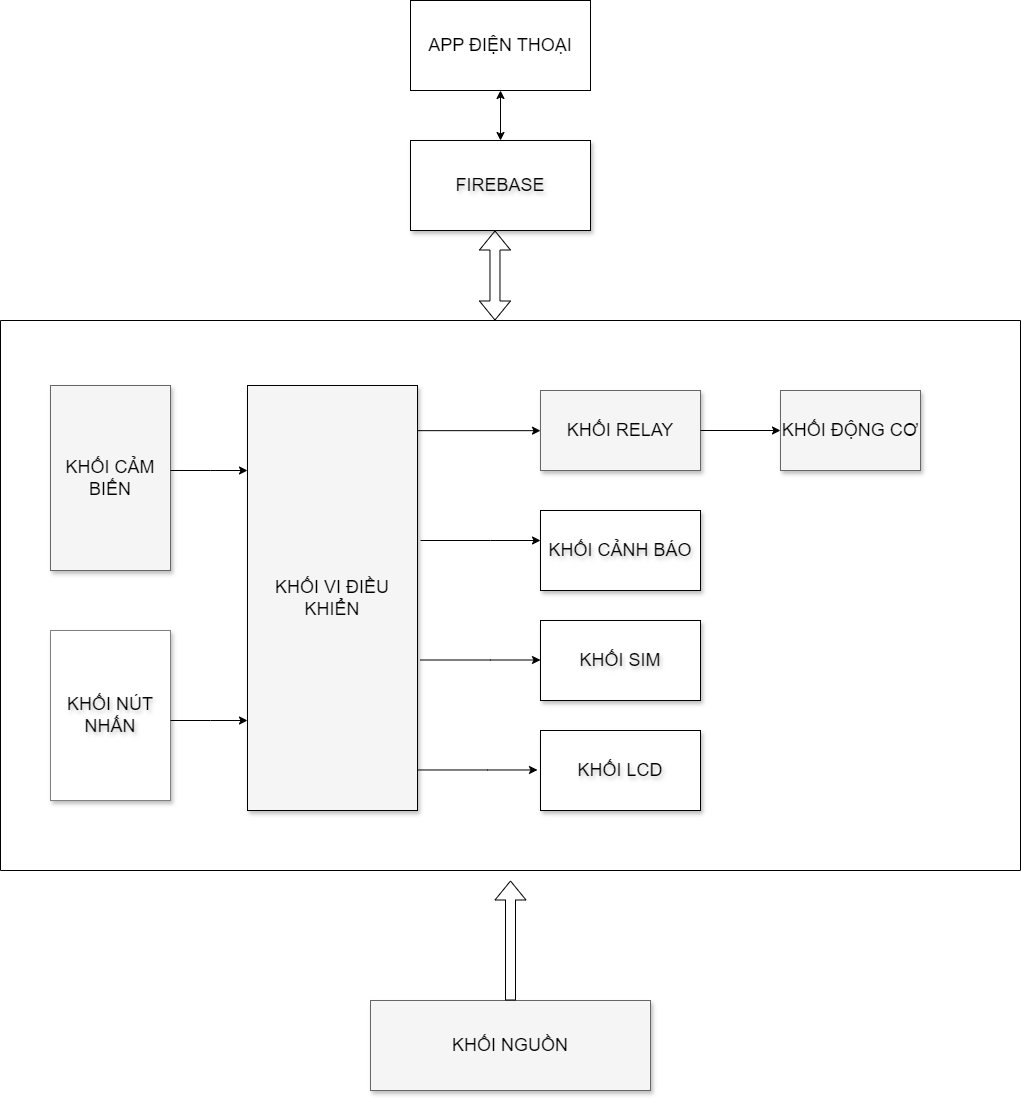
Before: block_diagram/Block_Diagram.drawio.png, a diagram exported from draw.io (imvietp/Final_Thesis). Source tidied: cells renumbered, new cells last; positions are measured from the earlier drawing's top-left corner, leaving out a move shared by most shapes.
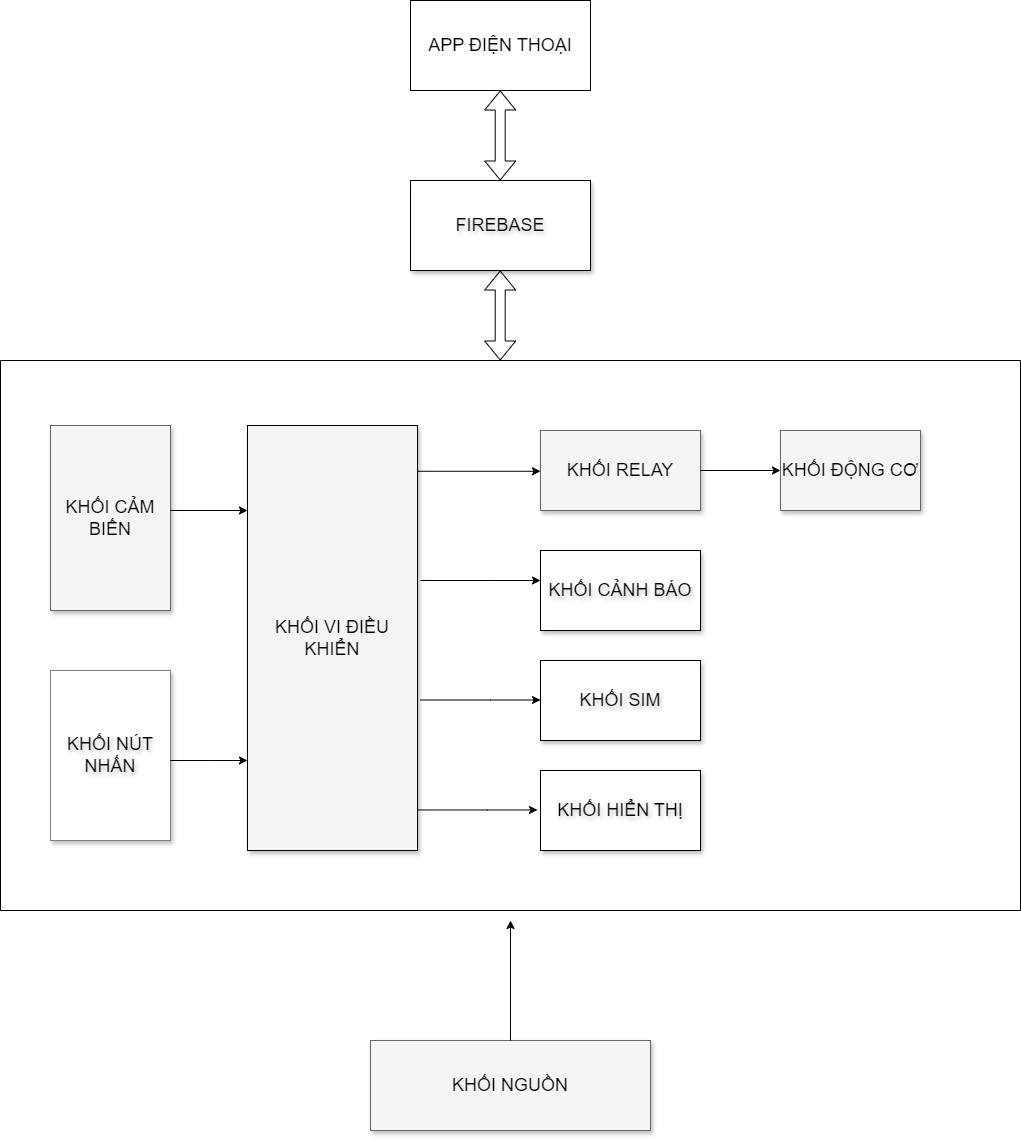
Above is the later version.

The edit, as a diff of the source:
```diff
@@ -8,11 +8,8 @@
     <mxCell id="3" value="&lt;font style=&quot;font-size: 18px;&quot;&gt;FIREBASE&lt;/font&gt;" style="rounded=0;whiteSpace=wrap;html=1;shadow=1;textShadow=1;" parent="1" vertex="1">
       <mxGeometry x="410" y="140" width="180" height="90" as="geometry" />
     </mxCell>
-    <mxCell id="4" style="endArrow=classic;startArrow=classic;html=1;rounded=0;" parent="1" edge="1" source="3" target="5">
-      <mxGeometry relative="1" as="geometry" />
-    </mxCell>
     <mxCell id="5" value="&lt;font style=&quot;font-size: 18px;&quot;&gt;APP ĐIỆN THOẠI&lt;/font&gt;" style="rounded=0;whiteSpace=wrap;html=1;" parent="1" vertex="1">
-      <mxGeometry x="410" width="180" height="90" as="geometry" />
+      <mxGeometry x="410" y="-40" width="180" height="90" as="geometry" />
     </mxCell>
     <mxCell id="6" style="swimlane;startSize=0;" parent="1" vertex="1">
       <mxGeometry y="320" width="1020" height="550" as="geometry" />
@@ -53,7 +50,7 @@
     <mxCell id="16" style="edgeStyle=orthogonalEdgeStyle;rounded=0;orthogonalLoop=1;jettySize=auto;html=1;exitX=0.5;exitY=1;exitDx=0;exitDy=0;" parent="6" edge="1" source="14" target="14">
       <mxGeometry relative="1" as="geometry" />
     </mxCell>
-    <mxCell id="17" value="&lt;span style=&quot;font-size: 18px;&quot;&gt;KHỐI LCD&lt;/span&gt;" style="rounded=0;whiteSpace=wrap;html=1;shadow=1;textShadow=1;" parent="6" vertex="1">
+    <mxCell id="17" value="&lt;span style=&quot;font-size: 18px;&quot;&gt;KHỐI HIỂN THỊ&lt;/span&gt;" style="rounded=0;whiteSpace=wrap;html=1;shadow=1;textShadow=1;" parent="6" vertex="1">
       <mxGeometry x="540" y="410" width="160" height="80" as="geometry" />
     </mxCell>
     <mxCell id="18" style="edgeStyle=elbowEdgeStyle;rounded=0;html=1;startArrow=none;startFill=0;jettySize=auto;orthogonalLoop=1;fontSize=18;elbow=vertical;" parent="6" edge="1">
@@ -86,7 +83,7 @@
         </Array>
       </mxGeometry>
     </mxCell>
-    <mxCell id="22" style="shape=flexArrow;endArrow=classic;html=1;rounded=0;exitX=0.5;exitY=0;exitDx=0;exitDy=0;" parent="1" edge="1" source="2">
+    <mxCell id="22" style="endArrow=classic;html=1;rounded=0;exitX=0.5;exitY=0;exitDx=0;exitDy=0;" parent="1" edge="1" source="2">
       <mxGeometry relative="1" as="geometry">
         <mxPoint x="510" y="880" as="targetPoint" />
       </mxGeometry>
@@ -102,9 +99,15 @@
     </mxCell>
     <mxCell id="24" style="shape=flexArrow;endArrow=classic;startArrow=classic;html=1;rounded=0;entryX=0.6;entryY=1;entryDx=0;entryDy=0;entryPerimeter=0;" parent="1" edge="1">
       <mxGeometry relative="1" as="geometry">
-        <mxPoint x="494.5" y="320" as="sourcePoint" />
-        <mxPoint x="494.5" y="230" as="targetPoint" />
+        <mxPoint x="499.7" y="320" as="sourcePoint" />
+        <mxPoint x="499.7" y="230" as="targetPoint" />
       </mxGeometry>
     </mxCell>
+    <mxCell id="25" style="shape=flexArrow;endArrow=classic;startArrow=classic;html=1;rounded=0;entryX=0.6;entryY=1;entryDx=0;entryDy=0;entryPerimeter=0;" parent="1" edge="1">
+      <mxGeometry relative="1" as="geometry">
+        <mxPoint x="499.7" y="140" as="sourcePoint" />
+        <mxPoint x="499.7" y="50" as="targetPoint" />
+      </mxGeometry>
+    </mxCell>
   </root>
 </mxGraphModel>
```
